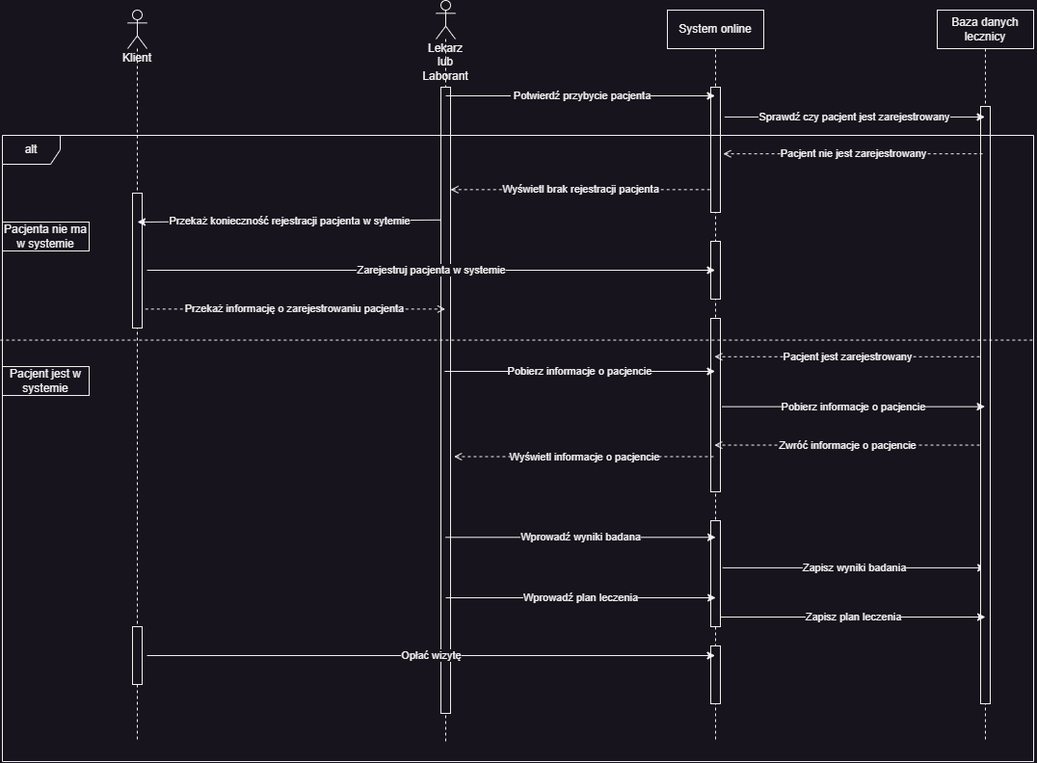
Earlier version of the draw.io export Imgaes/Seq_UC2_Przeprowadz_badanie.png (MarekMichali/vet-clinic). Source tidied: cells renumbered, new cells last; positions are measured from the earlier drawing's top-left corner, leaving out a move shared by most shapes.
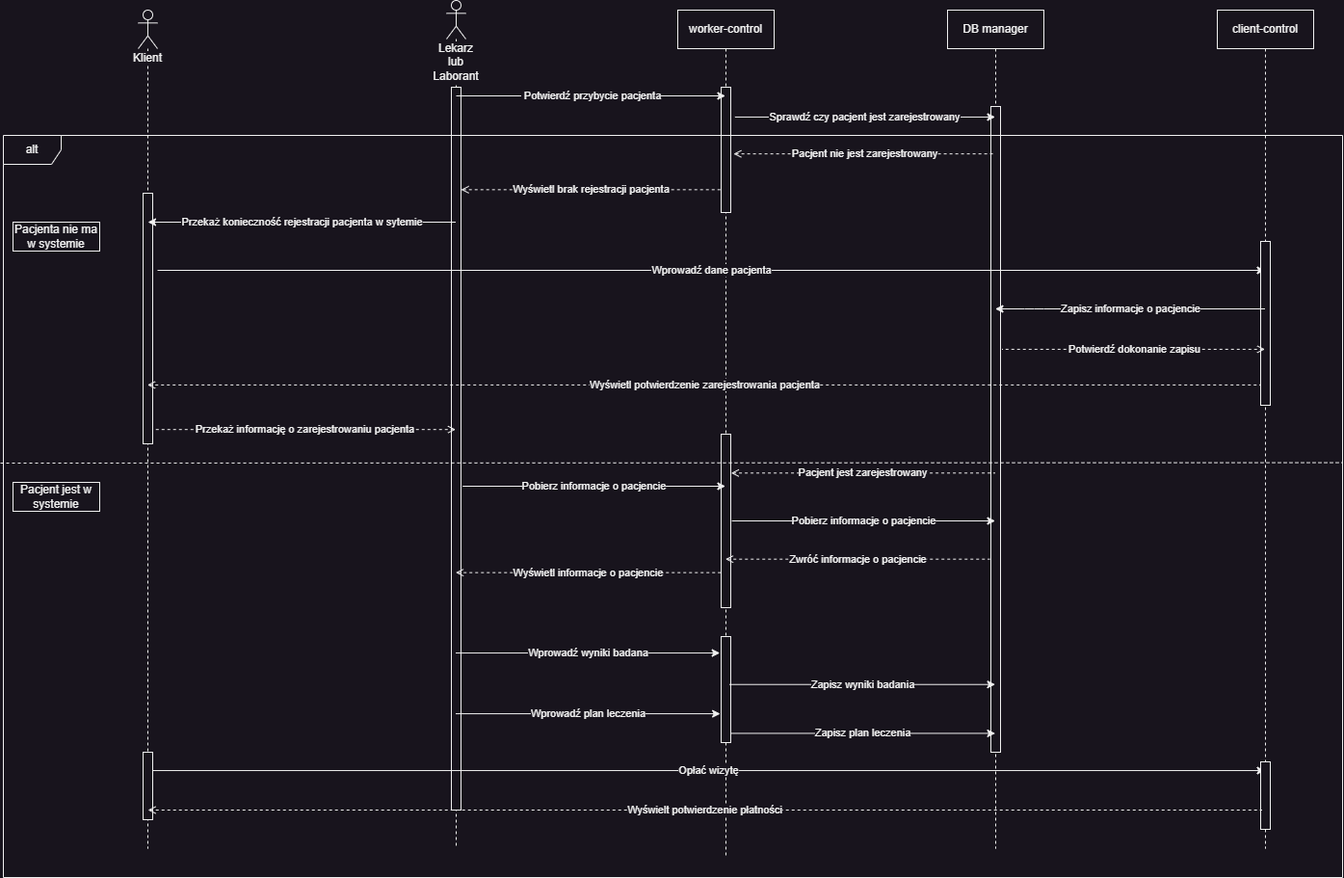
The same diagram one commit later.

Change to the diagram source:
```diff
@@ -2,63 +2,41 @@
   <root>
     <mxCell id="0" />
     <mxCell id="1" parent="0" />
-    <mxCell id="2" value="Lekarz lub Laborant" style="shape=umlLifeline;participant=umlActor;perimeter=lifelinePerimeter;whiteSpace=wrap;html=1;verticalAlign=top;spacingTop=36;outlineConnect=0;fillColor=#18141D;strokeColor=#F0F0F0;fontColor=#F0F0F0;labelBackgroundColor=none;size=40;" parent="1" vertex="1">
-      <mxGeometry x="450" width="20" height="770" as="geometry" />
+    <mxCell id="2" value="Lekarz lub Laborant" style="shape=umlLifeline;participant=umlActor;perimeter=lifelinePerimeter;whiteSpace=wrap;html=1;verticalAlign=top;spacingTop=36;outlineConnect=0;fillColor=#18141D;strokeColor=#F0F0F0;fontColor=#F0F0F0;labelBackgroundColor=#18141D;size=40;" parent="1" vertex="1">
+      <mxGeometry x="450" width="20" height="880" as="geometry" />
     </mxCell>
     <mxCell id="3" style="edgeStyle=none;html=1;labelBackgroundColor=#18141D;strokeColor=#F0F0F0;fontColor=#F0F0F0;fillColor=#18141D;" parent="2" edge="1" source="4" target="2">
       <mxGeometry relative="1" as="geometry" />
     </mxCell>
     <mxCell id="4" style="html=1;points=[];perimeter=orthogonalPerimeter;fillColor=#18141D;strokeColor=#F0F0F0;fontColor=#F0F0F0;labelBackgroundColor=#18141D;" parent="2" vertex="1">
-      <mxGeometry x="5" y="90" width="10" height="650" as="geometry" />
+      <mxGeometry x="5" y="90" width="10" height="750" as="geometry" />
     </mxCell>
-    <mxCell id="5" value="System online" style="shape=umlLifeline;perimeter=lifelinePerimeter;whiteSpace=wrap;html=1;outlineConnect=0;fillColor=#18141D;strokeColor=#F0F0F0;fontColor=#F0F0F0;labelBackgroundColor=#18141D;" parent="1" vertex="1">
-      <mxGeometry x="690" y="10" width="100" height="760" as="geometry" />
+    <mxCell id="5" value="worker-control" style="shape=umlLifeline;perimeter=lifelinePerimeter;whiteSpace=wrap;html=1;outlineConnect=0;fillColor=#18141D;strokeColor=#F0F0F0;fontColor=#F0F0F0;labelBackgroundColor=#18141D;" parent="1" vertex="1">
+      <mxGeometry x="690" y="10" width="100" height="880" as="geometry" />
     </mxCell>
     <mxCell id="6" style="html=1;points=[];perimeter=orthogonalPerimeter;fillColor=#18141D;strokeColor=#F0F0F0;fontColor=#F0F0F0;labelBackgroundColor=#18141D;" parent="5" vertex="1">
       <mxGeometry x="45" y="80" width="10" height="130" as="geometry" />
     </mxCell>
-    <mxCell id="7" style="edgeStyle=none;html=1;startArrow=open;startFill=0;endArrow=open;endFill=0;fillColor=#18141D;strokeColor=#F0F0F0;fontColor=#F0F0F0;labelBackgroundColor=#18141D;" parent="5" edge="1" source="8" target="5">
-      <mxGeometry relative="1" as="geometry" />
+    <mxCell id="7" style="edgeStyle=none;html=1;startArrow=open;startFill=0;endArrow=open;endFill=0;fillColor=#18141D;strokeColor=#F0F0F0;fontColor=#F0F0F0;labelBackgroundColor=#18141D;" parent="5" edge="1" target="5">
+      <mxGeometry relative="1" as="geometry">
+        <mxPoint x="49.1" y="270" as="sourcePoint" />
+      </mxGeometry>
     </mxCell>
-    <mxCell id="8" style="html=1;points=[];perimeter=orthogonalPerimeter;fillColor=#18141D;strokeColor=#F0F0F0;fontColor=#F0F0F0;labelBackgroundColor=#18141D;" parent="5" vertex="1">
-      <mxGeometry x="45" y="240" width="10" height="60" as="geometry" />
-    </mxCell>
     <mxCell id="9" style="html=1;points=[];perimeter=orthogonalPerimeter;fillColor=#18141D;strokeColor=#F0F0F0;fontColor=#F0F0F0;labelBackgroundColor=#18141D;" parent="5" vertex="1">
-      <mxGeometry x="45" y="320" width="10" height="180" as="geometry" />
+      <mxGeometry x="45" y="440" width="10" height="180" as="geometry" />
     </mxCell>
     <mxCell id="10" style="html=1;points=[];perimeter=orthogonalPerimeter;fillColor=#18141D;strokeColor=#F0F0F0;fontColor=#F0F0F0;labelBackgroundColor=#18141D;" parent="5" vertex="1">
-      <mxGeometry x="45" y="530" width="10" height="110" as="geometry" />
+      <mxGeometry x="45" y="650" width="10" height="110" as="geometry" />
     </mxCell>
-    <mxCell id="11" value="Wprowadź wyniki badana" style="endArrow=classic;html=1;fillColor=#18141D;strokeColor=#F0F0F0;fontColor=#F0F0F0;labelBackgroundColor=#18141D;" parent="5" edge="1">
-      <mxGeometry relative="1" as="geometry">
-        <mxPoint x="-230.1" y="547.3" as="sourcePoint" />
-        <mxPoint x="50.1" y="547.3" as="targetPoint" />
-      </mxGeometry>
-    </mxCell>
-    <mxCell id="12" value="Zapisz wyniki badania" style="endArrow=classic;html=1;exitX=1.167;exitY=0.509;exitDx=0;exitDy=0;exitPerimeter=0;fillColor=#18141D;strokeColor=#F0F0F0;fontColor=#F0F0F0;labelBackgroundColor=#18141D;" parent="5" edge="1">
-      <mxGeometry relative="1" as="geometry">
-        <mxPoint x="57.3" y="578.9" as="sourcePoint" />
-        <mxPoint x="330.1" y="578.9" as="targetPoint" />
-      </mxGeometry>
-    </mxCell>
-    <mxCell id="13" style="html=1;perimeter=orthogonalPerimeter;fillColor=#18141D;strokeColor=#F0F0F0;fontColor=#F0F0F0;labelBackgroundColor=#18141D;" parent="5" vertex="1">
-      <mxGeometry x="45" y="660" width="10" height="60" as="geometry" />
-    </mxCell>
-    <mxCell id="14" value="Baza danych lecznicy" style="shape=umlLifeline;perimeter=lifelinePerimeter;whiteSpace=wrap;html=1;outlineConnect=0;fillColor=#18141D;strokeColor=#F0F0F0;fontColor=#F0F0F0;labelBackgroundColor=#18141D;" parent="1" vertex="1">
-      <mxGeometry x="970" y="10" width="100" height="760" as="geometry" />
+    <mxCell id="14" value="DB manager" style="shape=umlLifeline;perimeter=lifelinePerimeter;whiteSpace=wrap;html=1;outlineConnect=0;fillColor=#18141D;strokeColor=#F0F0F0;fontColor=#F0F0F0;labelBackgroundColor=#18141D;" parent="1" vertex="1">
+      <mxGeometry x="970" y="10" width="100" height="870" as="geometry" />
     </mxCell>
     <mxCell id="15" style="edgeStyle=none;html=1;startArrow=open;startFill=0;endArrow=open;endFill=0;fillColor=#18141D;strokeColor=#F0F0F0;fontColor=#F0F0F0;labelBackgroundColor=#18141D;" parent="14" edge="1" source="16" target="14">
       <mxGeometry relative="1" as="geometry" />
     </mxCell>
     <mxCell id="16" style="html=1;points=[];perimeter=orthogonalPerimeter;fillColor=#18141D;strokeColor=#F0F0F0;fontColor=#F0F0F0;labelBackgroundColor=#18141D;" parent="14" vertex="1">
-      <mxGeometry x="45" y="100" width="10" height="620" as="geometry" />
+      <mxGeometry x="45" y="100" width="10" height="670" as="geometry" />
     </mxCell>
-    <mxCell id="17" value="Zapisz plan leczenia" style="endArrow=classic;html=1;fillColor=#18141D;strokeColor=#F0F0F0;fontColor=#F0F0F0;labelBackgroundColor=#18141D;" parent="14" edge="1">
-      <mxGeometry relative="1" as="geometry">
-        <mxPoint x="-225.2" y="630" as="sourcePoint" />
-        <mxPoint x="50" y="630" as="targetPoint" />
-      </mxGeometry>
-    </mxCell>
     <mxCell id="18" value="&amp;nbsp;Potwierdź przybycie pacjenta" style="endArrow=classic;html=1;fillColor=#18141D;strokeColor=#F0F0F0;fontColor=#F0F0F0;labelBackgroundColor=#18141D;" parent="1" edge="1" target="5">
       <mxGeometry relative="1" as="geometry">
         <mxPoint x="460" y="99" as="sourcePoint" />
@@ -71,70 +49,104 @@
       <mxGeometry relative="1" as="geometry" />
     </mxCell>
     <mxCell id="21" value="alt" style="shape=umlFrame;whiteSpace=wrap;html=1;fillColor=#18141D;strokeColor=#F0F0F0;fontColor=#F0F0F0;labelBackgroundColor=#18141D;" parent="1" vertex="1">
-      <mxGeometry y="140" width="1070" height="650" as="geometry" />
+      <mxGeometry x="-10" y="140" width="1390" height="770" as="geometry" />
     </mxCell>
     <mxCell id="22" value="Pacjenta nie ma w systemie" style="text;html=1;strokeColor=#F0F0F0;fillColor=#18141D;align=center;verticalAlign=middle;whiteSpace=wrap;rounded=0;fontColor=#F0F0F0;labelBackgroundColor=#18141D;" parent="1" vertex="1">
       <mxGeometry y="230" width="90" height="30" as="geometry" />
     </mxCell>
     <mxCell id="23" value="Pacjent jest w systemie" style="text;html=1;strokeColor=#F0F0F0;fillColor=#18141D;align=center;verticalAlign=middle;whiteSpace=wrap;rounded=0;fontColor=#F0F0F0;labelBackgroundColor=#18141D;" parent="1" vertex="1">
-      <mxGeometry y="380" width="90" height="30" as="geometry" />
+      <mxGeometry y="500" width="90" height="30" as="geometry" />
     </mxCell>
-    <mxCell id="24" style="endArrow=none;dashed=1;html=1;exitX=-0.002;exitY=0.327;exitDx=0;exitDy=0;exitPerimeter=0;entryX=1.001;entryY=0.327;entryDx=0;entryDy=0;entryPerimeter=0;fillColor=#18141D;strokeColor=#F0F0F0;fontColor=#F0F0F0;labelBackgroundColor=#18141D;" parent="1" edge="1" source="21" target="21">
-      <mxGeometry relative="1" as="geometry" />
+    <mxCell id="24" style="endArrow=none;dashed=1;html=1;fillColor=#18141D;strokeColor=#F0F0F0;fontColor=#F0F0F0;labelBackgroundColor=#18141D;entryX=1;entryY=0.441;entryDx=0;entryDy=0;entryPerimeter=0;" parent="1" edge="1" target="21">
+      <mxGeometry relative="1" as="geometry">
+        <mxPoint x="-13" y="480" as="sourcePoint" />
+      </mxGeometry>
     </mxCell>
     <mxCell id="25" value="Pacjent nie jest zarejestrowany" style="endArrow=none;dashed=1;html=1;startArrow=open;startFill=0;exitX=1.286;exitY=0.532;exitDx=0;exitDy=0;exitPerimeter=0;fillColor=#18141D;strokeColor=#F0F0F0;fontColor=#F0F0F0;labelBackgroundColor=#18141D;" parent="1" edge="1" source="6" target="14">
       <mxGeometry relative="1" as="geometry" />
     </mxCell>
-    <mxCell id="26" value="Klient" style="shape=umlLifeline;participant=umlActor;perimeter=lifelinePerimeter;whiteSpace=wrap;html=1;verticalAlign=top;spacingTop=36;outlineConnect=0;fillColor=#18141D;strokeColor=#F0F0F0;fontColor=#F0F0F0;labelBackgroundColor=none;" parent="1" vertex="1">
-      <mxGeometry x="130" y="10" width="20" height="760" as="geometry" />
+    <mxCell id="26" value="Klient" style="shape=umlLifeline;participant=umlActor;perimeter=lifelinePerimeter;whiteSpace=wrap;html=1;verticalAlign=top;spacingTop=36;outlineConnect=0;fillColor=#18141D;strokeColor=#F0F0F0;fontColor=#F0F0F0;labelBackgroundColor=#18141D;" parent="1" vertex="1">
+      <mxGeometry x="130" y="10" width="20" height="870" as="geometry" />
     </mxCell>
     <mxCell id="27" style="html=1;points=[];perimeter=orthogonalPerimeter;fillColor=#18141D;strokeColor=#F0F0F0;fontColor=#F0F0F0;labelBackgroundColor=#18141D;" parent="26" vertex="1">
-      <mxGeometry x="5" y="640" width="10" height="60" as="geometry" />
+      <mxGeometry x="5" y="770" width="10" height="70" as="geometry" />
     </mxCell>
     <mxCell id="28" style="html=1;points=[];perimeter=orthogonalPerimeter;fillColor=#18141D;strokeColor=#F0F0F0;fontColor=#F0F0F0;labelBackgroundColor=#18141D;" parent="26" vertex="1">
-      <mxGeometry x="5" y="190" width="10" height="140" as="geometry" />
+      <mxGeometry x="5" y="190" width="10" height="260" as="geometry" />
     </mxCell>
-    <mxCell id="29" value="Przekaż konieczność rejestracji pacjenta w sytemie" style="endArrow=classic;html=1;exitX=-0.033;exitY=0.212;exitDx=0;exitDy=0;exitPerimeter=0;fillColor=#18141D;strokeColor=#F0F0F0;fontColor=#F0F0F0;labelBackgroundColor=#18141D;" parent="1" edge="1" source="4">
+    <mxCell id="29" value="Przekaż konieczność rejestracji pacjenta w sytemie" style="endArrow=classic;html=1;fillColor=#18141D;strokeColor=#F0F0F0;fontColor=#F0F0F0;labelBackgroundColor=#18141D;" parent="1" edge="1" source="2">
       <mxGeometry relative="1" as="geometry">
         <mxPoint x="140" y="230" as="targetPoint" />
       </mxGeometry>
     </mxCell>
-    <mxCell id="30" value="Zarejestruj pacjenta w systemie" style="endArrow=classic;html=1;fillColor=#18141D;strokeColor=#F0F0F0;fontColor=#F0F0F0;labelBackgroundColor=#18141D;" parent="1" edge="1" target="5">
+    <mxCell id="30" value="Wprowadź dane pacjenta" style="endArrow=classic;html=1;fillColor=#18141D;strokeColor=#F0F0F0;fontColor=#F0F0F0;labelBackgroundColor=#18141D;" parent="1" edge="1" target="39">
       <mxGeometry relative="1" as="geometry">
         <mxPoint x="150" y="280" as="sourcePoint" />
       </mxGeometry>
     </mxCell>
-    <mxCell id="31" value="Przekaż informację o zarejestrowaniu pacjenta" style="endArrow=none;dashed=1;html=1;startArrow=open;startFill=0;entryX=1.253;entryY=0.349;entryDx=0;entryDy=0;entryPerimeter=0;fillColor=#18141D;strokeColor=#F0F0F0;fontColor=#F0F0F0;labelBackgroundColor=#18141D;" parent="1" edge="1" source="2">
-      <mxGeometry relative="1" as="geometry">
-        <mxPoint x="147.5" y="320.3" as="targetPoint" />
-      </mxGeometry>
+    <mxCell id="31" value="Przekaż informację o zarejestrowaniu pacjenta" style="endArrow=none;dashed=1;html=1;startArrow=open;startFill=0;fillColor=#18141D;strokeColor=#F0F0F0;fontColor=#F0F0F0;labelBackgroundColor=#18141D;entryX=1;entryY=0.943;entryDx=0;entryDy=0;entryPerimeter=0;" parent="1" edge="1" source="2" target="28">
+      <mxGeometry relative="1" as="geometry" />
     </mxCell>
-    <mxCell id="32" value="Pacjent jest zarejestrowany" style="endArrow=none;dashed=1;html=1;startArrow=open;startFill=0;entryX=-0.013;entryY=0.419;entryDx=0;entryDy=0;entryPerimeter=0;fillColor=#18141D;strokeColor=#F0F0F0;fontColor=#F0F0F0;labelBackgroundColor=#18141D;" parent="1" edge="1" source="5" target="16">
+    <mxCell id="32" value="Pacjent jest zarejestrowany" style="endArrow=none;dashed=1;html=1;startArrow=open;startFill=0;fillColor=#18141D;strokeColor=#F0F0F0;fontColor=#F0F0F0;labelBackgroundColor=#18141D;exitX=1.033;exitY=0.224;exitDx=0;exitDy=0;exitPerimeter=0;" parent="1" edge="1" source="9" target="14">
       <mxGeometry relative="1" as="geometry" />
     </mxCell>
-    <mxCell id="33" value="Pobierz informacje o pacjencie" style="endArrow=classic;html=1;fillColor=#18141D;strokeColor=#F0F0F0;fontColor=#F0F0F0;labelBackgroundColor=#18141D;" parent="1" edge="1" source="2" target="5">
+    <mxCell id="33" value="Pobierz informacje o pacjencie" style="endArrow=classic;html=1;fillColor=#18141D;strokeColor=#F0F0F0;fontColor=#F0F0F0;labelBackgroundColor=#18141D;exitX=1.168;exitY=0.552;exitDx=0;exitDy=0;exitPerimeter=0;" parent="1" edge="1" source="4" target="5">
       <mxGeometry relative="1" as="geometry" />
     </mxCell>
-    <mxCell id="34" value="Pobierz informacje o pacjencie" style="endArrow=classic;html=1;exitX=1.167;exitY=0.509;exitDx=0;exitDy=0;exitPerimeter=0;fillColor=#18141D;strokeColor=#F0F0F0;fontColor=#F0F0F0;labelBackgroundColor=#18141D;" parent="1" edge="1" source="9" target="14">
+    <mxCell id="34" value="Pobierz informacje o pacjencie" style="endArrow=classic;html=1;fillColor=#18141D;strokeColor=#F0F0F0;fontColor=#F0F0F0;labelBackgroundColor=#18141D;exitX=1.11;exitY=0.5;exitDx=0;exitDy=0;exitPerimeter=0;" parent="1" edge="1" source="9" target="14">
       <mxGeometry relative="1" as="geometry" />
     </mxCell>
-    <mxCell id="35" value="Zwróć informacje o pacjencie" style="endArrow=none;dashed=1;html=1;startArrow=open;startFill=0;entryX=0.029;entryY=0.567;entryDx=0;entryDy=0;entryPerimeter=0;fillColor=#18141D;strokeColor=#F0F0F0;fontColor=#F0F0F0;labelBackgroundColor=#18141D;" parent="1" edge="1" source="5" target="16">
+    <mxCell id="35" value="Zwróć informacje o pacjencie" style="endArrow=none;dashed=1;html=1;startArrow=open;startFill=0;fillColor=#18141D;strokeColor=#F0F0F0;fontColor=#F0F0F0;labelBackgroundColor=#18141D;entryX=-0.101;entryY=0.701;entryDx=0;entryDy=0;entryPerimeter=0;" parent="1" edge="1" source="5" target="16">
       <mxGeometry relative="1" as="geometry" />
     </mxCell>
-    <mxCell id="36" value="Wyświetl informacje o pacjencie" style="endArrow=none;dashed=1;html=1;startArrow=open;startFill=0;exitX=1.367;exitY=0.59;exitDx=0;exitDy=0;exitPerimeter=0;fillColor=#18141D;strokeColor=#F0F0F0;fontColor=#F0F0F0;labelBackgroundColor=#18141D;" parent="1" edge="1" source="4" target="5">
+    <mxCell id="36" value="Wyświetl informacje o pacjencie" style="endArrow=none;dashed=1;html=1;startArrow=open;startFill=0;fillColor=#18141D;strokeColor=#F0F0F0;fontColor=#F0F0F0;labelBackgroundColor=#18141D;entryX=-0.058;entryY=0.798;entryDx=0;entryDy=0;entryPerimeter=0;" parent="1" edge="1" source="2" target="9">
       <mxGeometry relative="1" as="geometry" />
     </mxCell>
-    <mxCell id="37" value="Wprowadź plan leczenia" style="endArrow=classic;html=1;fillColor=#18141D;strokeColor=#F0F0F0;fontColor=#F0F0F0;labelBackgroundColor=#18141D;" parent="1" edge="1">
-      <mxGeometry relative="1" as="geometry">
-        <mxPoint x="460" y="620" as="sourcePoint" />
-        <mxPoint x="740.2" y="620" as="targetPoint" />
-      </mxGeometry>
+    <mxCell id="37" value="Wprowadź plan leczenia" style="endArrow=classic;html=1;fillColor=#18141D;strokeColor=#F0F0F0;fontColor=#F0F0F0;labelBackgroundColor=#18141D;entryX=-0.088;entryY=0.728;entryDx=0;entryDy=0;entryPerimeter=0;" parent="1" edge="1" source="2" target="10">
+      <mxGeometry relative="1" as="geometry" />
     </mxCell>
-    <mxCell id="38" value="Opłać wizytę" style="endArrow=classic;html=1;fillColor=#18141D;strokeColor=#F0F0F0;fontColor=#F0F0F0;labelBackgroundColor=#18141D;" parent="1" edge="1">
-      <mxGeometry relative="1" as="geometry">
-        <mxPoint x="150" y="680" as="sourcePoint" />
-        <mxPoint x="739.5" y="680" as="targetPoint" />
-      </mxGeometry>
+    <mxCell id="38" value="Opłać wizytę" style="endArrow=classic;html=1;fillColor=#18141D;strokeColor=#F0F0F0;fontColor=#F0F0F0;labelBackgroundColor=#18141D;exitX=1.034;exitY=0.272;exitDx=0;exitDy=0;exitPerimeter=0;" parent="1" edge="1" source="27" target="39">
+      <mxGeometry relative="1" as="geometry" />
     </mxCell>
+    <mxCell id="39" value="client-control" style="shape=umlLifeline;perimeter=lifelinePerimeter;whiteSpace=wrap;html=1;outlineConnect=0;fillColor=#18141D;strokeColor=#F0F0F0;fontColor=#F0F0F0;labelBackgroundColor=#18141D;" parent="1" vertex="1">
+      <mxGeometry x="1250" y="10" width="100" height="870" as="geometry" />
+    </mxCell>
+    <mxCell id="40" style="edgeStyle=none;html=1;startArrow=open;startFill=0;endArrow=open;endFill=0;fillColor=#18141D;strokeColor=#F0F0F0;fontColor=#F0F0F0;labelBackgroundColor=#18141D;" parent="39" edge="1" source="41" target="39">
+      <mxGeometry relative="1" as="geometry" />
+    </mxCell>
+    <mxCell id="41" style="html=1;points=[];perimeter=orthogonalPerimeter;fillColor=#18141D;strokeColor=#F0F0F0;fontColor=#F0F0F0;labelBackgroundColor=#18141D;" parent="39" vertex="1">
+      <mxGeometry x="45" y="240" width="10" height="170" as="geometry" />
+    </mxCell>
+    <mxCell id="13" style="html=1;perimeter=orthogonalPerimeter;fillColor=#18141D;strokeColor=#F0F0F0;fontColor=#F0F0F0;labelBackgroundColor=#18141D;" parent="39" vertex="1">
+      <mxGeometry x="45" y="780" width="10" height="70" as="geometry" />
+    </mxCell>
+    <mxCell id="42" value="Zapisz informacje o pacjencie" style="endArrow=classic;html=1;fillColor=#18141D;strokeColor=#F0F0F0;fontColor=#F0F0F0;labelBackgroundColor=#18141D;" parent="1" edge="1" source="39" target="14">
+      <mxGeometry relative="1" as="geometry">
+        <Array as="points">
+          <mxPoint x="1060" y="320" />
+        </Array>
+      </mxGeometry>
+    </mxCell>
+    <mxCell id="43" value="Potwierdź dokonanie zapisu" style="endArrow=none;dashed=1;html=1;startArrow=open;startFill=0;fillColor=#18141D;strokeColor=#F0F0F0;fontColor=#F0F0F0;labelBackgroundColor=#18141D;entryX=1.173;entryY=0.376;entryDx=0;entryDy=0;entryPerimeter=0;" parent="1" edge="1" source="39" target="16">
+      <mxGeometry relative="1" as="geometry" />
+    </mxCell>
+    <mxCell id="44" value="Wyświetl potwierdzenie zarejestrowania pacjenta" style="endArrow=none;dashed=1;html=1;startArrow=open;startFill=0;fillColor=#18141D;strokeColor=#F0F0F0;fontColor=#F0F0F0;labelBackgroundColor=#18141D;entryX=0.033;entryY=0.876;entryDx=0;entryDy=0;entryPerimeter=0;" parent="1" edge="1" source="26" target="41">
+      <mxGeometry relative="1" as="geometry" />
+    </mxCell>
+    <mxCell id="45" value="Wyświelt potwierdzenie płatności" style="endArrow=none;dashed=1;html=1;startArrow=open;startFill=0;fillColor=#18141D;strokeColor=#F0F0F0;fontColor=#F0F0F0;labelBackgroundColor=#18141D;entryX=0.033;entryY=0.876;entryDx=0;entryDy=0;entryPerimeter=0;" parent="1" edge="1">
+      <mxGeometry relative="1" as="geometry">
+        <mxPoint x="140" y="840" as="sourcePoint" />
+        <mxPoint x="1296.5" y="840" as="targetPoint" />
+      </mxGeometry>
+    </mxCell>
+    <mxCell id="17" value="Zapisz plan leczenia" style="endArrow=classic;html=1;fillColor=#18141D;strokeColor=#F0F0F0;fontColor=#F0F0F0;labelBackgroundColor=#18141D;exitX=1.033;exitY=0.913;exitDx=0;exitDy=0;exitPerimeter=0;" parent="1" edge="1" source="10" target="14">
+      <mxGeometry relative="1" as="geometry" />
+    </mxCell>
+    <mxCell id="12" value="Zapisz wyniki badania" style="endArrow=classic;html=1;fillColor=#18141D;strokeColor=#F0F0F0;fontColor=#F0F0F0;labelBackgroundColor=#18141D;exitX=0.88;exitY=0.452;exitDx=0;exitDy=0;exitPerimeter=0;" parent="1" edge="1" source="10" target="14">
+      <mxGeometry relative="1" as="geometry" />
+    </mxCell>
+    <mxCell id="11" value="Wprowadź wyniki badana" style="endArrow=classic;html=1;fillColor=#18141D;strokeColor=#F0F0F0;fontColor=#F0F0F0;labelBackgroundColor=#18141D;entryX=-0.127;entryY=0.155;entryDx=0;entryDy=0;entryPerimeter=0;" parent="1" edge="1" source="2" target="10">
+      <mxGeometry relative="1" as="geometry" />
+    </mxCell>
   </root>
 </mxGraphModel>
```
